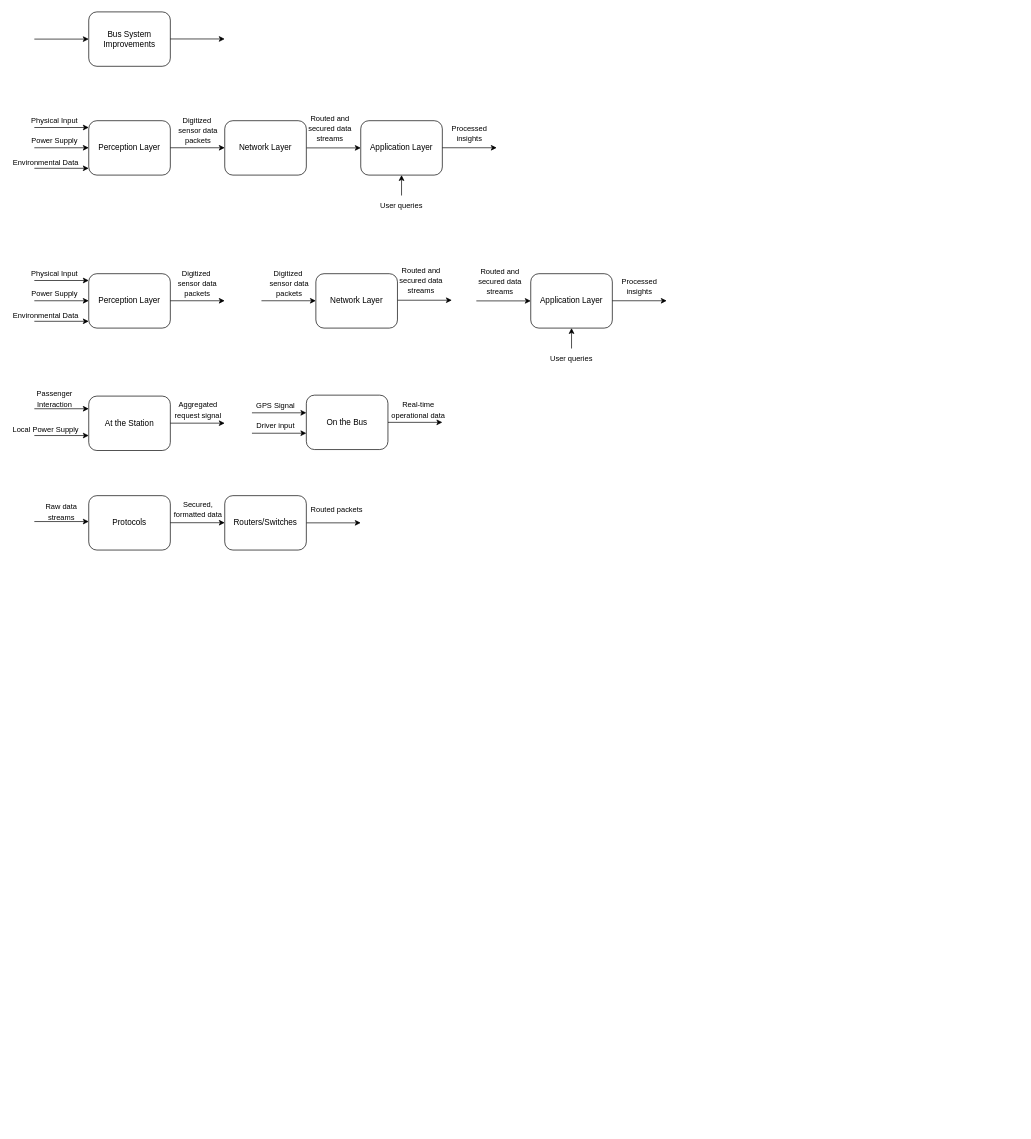
This is PBL6-BusSystemImprovementDecomposition.drawio from lukas0173/Draw.io, a draw.io file, before an edit. Source tidied: cells renumbered, new cells numbered last; positions are measured from the earlier drawing's top-left corner, leaving out a move shared by most shapes. Both pictures are drawn from the tidied source at 68%, with x=0, y=0 at pixel (12, 12).
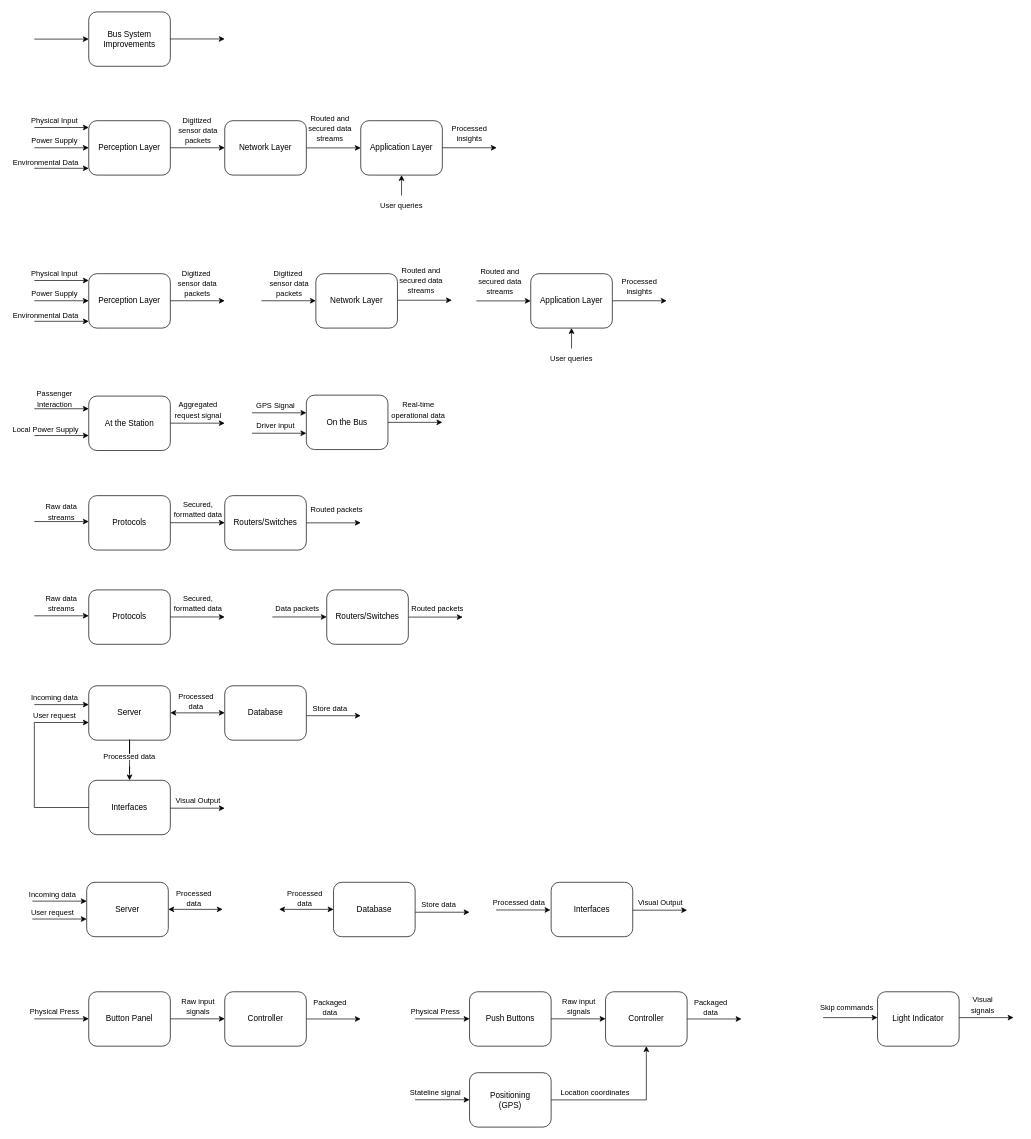
The same diagram, later.

Change to the diagram source:
```diff
@@
+    <mxCell id="65" value="Protocols" style="rounded=1;whiteSpace=wrap;html=1;" parent="1" vertex="1">
+      <mxGeometry x="113" y="850" width="120" height="80" as="geometry" />
+    </mxCell>
+    <mxCell id="66" style="endArrow=classic;html=1;rounded=0;entryX=0;entryY=0.5;entryDx=0;entryDy=0;endFill=1;" parent="1" edge="1">
+      <mxGeometry relative="1" as="geometry">
+        <mxPoint x="33" y="888.1" as="sourcePoint" />
+        <mxPoint x="113" y="888.1" as="targetPoint" />
+      </mxGeometry>
+    </mxCell>
+    <mxCell id="67" style="endArrow=classic;html=1;rounded=0;entryX=0;entryY=0.5;entryDx=0;entryDy=0;endFill=1;" parent="1" edge="1">
+      <mxGeometry relative="1" as="geometry">
+        <mxPoint x="233" y="889.8" as="sourcePoint" />
+        <mxPoint x="313" y="889.8" as="targetPoint" />
+      </mxGeometry>
+    </mxCell>
+    <mxCell id="68" value="&lt;span style=&quot;font-size: 11px;&quot;&gt;Raw data streams&lt;/span&gt;" style="text;html=1;align=center;verticalAlign=middle;whiteSpace=wrap;rounded=0;" parent="1" vertex="1">
+      <mxGeometry x="33" y="864.6" width="80" height="10" as="geometry" />
+    </mxCell>
+    <mxCell id="69" value="&lt;span style=&quot;font-size: 11px;&quot;&gt;Secured, formatted data&lt;/span&gt;" style="text;html=1;align=center;verticalAlign=middle;whiteSpace=wrap;rounded=0;" parent="1" vertex="1">
+      <mxGeometry x="229" y="864.6" width="90" height="10" as="geometry" />
+    </mxCell>
+    <mxCell id="70" style="endArrow=classic;html=1;rounded=0;entryX=0;entryY=0.5;entryDx=0;entryDy=0;endFill=1;" parent="1" edge="1">
+      <mxGeometry relative="1" as="geometry">
+        <mxPoint x="383" y="889.8" as="sourcePoint" />
+        <mxPoint x="463" y="889.8" as="targetPoint" />
+      </mxGeometry>
+    </mxCell>
+    <mxCell id="71" style="edgeStyle=orthogonalEdgeStyle;rounded=0;orthogonalLoop=1;jettySize=auto;html=1;" parent="1" edge="1">
+      <mxGeometry relative="1" as="geometry">
+        <mxPoint x="583" y="890" as="sourcePoint" />
+        <mxPoint x="663" y="890" as="targetPoint" />
+      </mxGeometry>
+    </mxCell>
+    <mxCell id="72" value="Routers/Switches" style="rounded=1;whiteSpace=wrap;html=1;" parent="1" vertex="1">
+      <mxGeometry x="463" y="850" width="120" height="80" as="geometry" />
+    </mxCell>
+    <mxCell id="73" value="&lt;span style=&quot;font-size: 11px;&quot;&gt;Data packets&lt;/span&gt;" style="text;html=1;align=center;verticalAlign=middle;whiteSpace=wrap;rounded=0;" parent="1" vertex="1">
+      <mxGeometry x="375" y="871.6" width="90" height="10" as="geometry" />
+    </mxCell>
+    <mxCell id="74" value="&lt;span style=&quot;font-size: 11px;&quot;&gt;Routed packets&lt;/span&gt;" style="text;html=1;align=center;verticalAlign=middle;whiteSpace=wrap;rounded=0;" parent="1" vertex="1">
+      <mxGeometry x="581" y="873" width="90" height="10" as="geometry" />
+    </mxCell>
+    <mxCell id="75" style="edgeStyle=orthogonalEdgeStyle;rounded=0;jettySize=auto;html=1;" parent="1" edge="1" source="88" target="84">
+      <mxGeometry relative="1" as="geometry" />
+    </mxCell>
+    <mxCell id="76" value="Server" style="rounded=1;whiteSpace=wrap;html=1;" parent="1" vertex="1">
+      <mxGeometry x="113" y="991" width="120" height="80" as="geometry" />
+    </mxCell>
+    <mxCell id="77" style="endArrow=classic;html=1;rounded=0;entryX=0;entryY=0.5;entryDx=0;entryDy=0;endFill=1;" parent="1" edge="1">
+      <mxGeometry relative="1" as="geometry">
+        <mxPoint x="33" y="1018.7" as="sourcePoint" />
+        <mxPoint x="113" y="1018.7" as="targetPoint" />
+      </mxGeometry>
+    </mxCell>
+    <mxCell id="78" style="endArrow=classic;html=1;rounded=0;entryX=0;entryY=0.5;entryDx=0;entryDy=0;endFill=1;startArrow=classic;startFill=1;" parent="1" edge="1">
+      <mxGeometry relative="1" as="geometry">
+        <mxPoint x="233" y="1030.8" as="sourcePoint" />
+        <mxPoint x="313" y="1030.8" as="targetPoint" />
+      </mxGeometry>
+    </mxCell>
+    <mxCell id="79" style="edgeStyle=orthogonalEdgeStyle;rounded=0;orthogonalLoop=1;jettySize=auto;html=1;" parent="1" edge="1">
+      <mxGeometry relative="1" as="geometry">
+        <mxPoint x="433" y="1035" as="sourcePoint" />
+        <mxPoint x="513" y="1035" as="targetPoint" />
+      </mxGeometry>
+    </mxCell>
+    <mxCell id="80" value="Database" style="rounded=1;whiteSpace=wrap;html=1;" parent="1" vertex="1">
+      <mxGeometry x="313" y="991" width="120" height="80" as="geometry" />
+    </mxCell>
+    <mxCell id="81" value="&lt;font style=&quot;font-size: 11px;&quot;&gt;Incoming data&lt;/font&gt;" style="text;html=1;align=center;verticalAlign=middle;whiteSpace=wrap;rounded=0;" parent="1" vertex="1">
+      <mxGeometry x="23" y="1003.7" width="80" height="10" as="geometry" />
+    </mxCell>
+    <mxCell id="82" value="&lt;span style=&quot;font-size: 11px;&quot;&gt;Processed&lt;/span&gt;&lt;div&gt;&lt;span style=&quot;font-size: 11px;&quot;&gt;data&lt;/span&gt;&lt;/div&gt;" style="text;html=1;align=center;verticalAlign=middle;whiteSpace=wrap;rounded=0;" parent="1" vertex="1">
+      <mxGeometry x="226" y="1009" width="90" height="10" as="geometry" />
+    </mxCell>
+    <mxCell id="83" value="&lt;span style=&quot;font-size: 11px;&quot;&gt;Store data&lt;/span&gt;" style="text;html=1;align=center;verticalAlign=middle;whiteSpace=wrap;rounded=0;" parent="1" vertex="1">
+      <mxGeometry x="423" y="1019" width="90" height="10" as="geometry" />
+    </mxCell>
+    <mxCell id="84" value="Interfaces" style="rounded=1;whiteSpace=wrap;html=1;" parent="1" vertex="1">
+      <mxGeometry x="113" y="1130" width="120" height="80" as="geometry" />
+    </mxCell>
+    <mxCell id="85" style="edgeStyle=orthogonalEdgeStyle;rounded=0;orthogonalLoop=1;jettySize=auto;html=1;" parent="1" edge="1">
+      <mxGeometry relative="1" as="geometry">
+        <mxPoint x="233" y="1171" as="sourcePoint" />
+        <mxPoint x="313" y="1171" as="targetPoint" />
+      </mxGeometry>
+    </mxCell>
+    <mxCell id="86" value="&lt;span style=&quot;font-size: 11px;&quot;&gt;Visual Output&lt;/span&gt;" style="text;html=1;align=center;verticalAlign=middle;whiteSpace=wrap;rounded=0;" parent="1" vertex="1">
+      <mxGeometry x="229" y="1155" width="90" height="10" as="geometry" />
+    </mxCell>
+    <mxCell id="87" style="edgeStyle=orthogonalEdgeStyle;rounded=0;jettySize=auto;html=1;endArrow=none;endFill=0;" parent="1" edge="1" source="76" target="88">
+      <mxGeometry relative="1" as="geometry" />
+    </mxCell>
+    <mxCell id="88" value="&lt;span style=&quot;font-size: 11px;&quot;&gt;Processed data&lt;/span&gt;" style="text;html=1;align=center;verticalAlign=middle;whiteSpace=wrap;rounded=0;" parent="1" vertex="1">
+      <mxGeometry x="128" y="1090" width="90" height="10" as="geometry" />
+    </mxCell>
+    <mxCell id="89" style="endArrow=classic;html=1;rounded=0;entryX=0;entryY=0.5;entryDx=0;entryDy=0;endFill=1;exitX=0;exitY=0.5;exitDx=0;exitDy=0;" parent="1" edge="1" source="84">
+      <mxGeometry relative="1" as="geometry">
+        <mxPoint x="113" y="1045" as="targetPoint" />
+        <Array as="points">
+          <mxPoint x="33" y="1170" />
+          <mxPoint x="33" y="1045" />
+        </Array>
+      </mxGeometry>
+    </mxCell>
+    <mxCell id="90" value="&lt;font style=&quot;font-size: 11px;&quot;&gt;User request&lt;/font&gt;" style="text;html=1;align=center;verticalAlign=middle;whiteSpace=wrap;rounded=0;" parent="1" vertex="1">
+      <mxGeometry x="23" y="1030" width="80" height="10" as="geometry" />
+    </mxCell>
+    <mxCell id="91" value="Server" style="rounded=1;whiteSpace=wrap;html=1;" parent="1" vertex="1">
+      <mxGeometry x="110" y="1280" width="120" height="80" as="geometry" />
+    </mxCell>
+    <mxCell id="92" style="endArrow=classic;html=1;rounded=0;entryX=0;entryY=0.5;entryDx=0;entryDy=0;endFill=1;" parent="1" edge="1">
+      <mxGeometry relative="1" as="geometry">
+        <mxPoint x="30" y="1307.7" as="sourcePoint" />
+        <mxPoint x="110" y="1307.7" as="targetPoint" />
+      </mxGeometry>
+    </mxCell>
+    <mxCell id="93" style="endArrow=classic;html=1;rounded=0;entryX=0;entryY=0.5;entryDx=0;entryDy=0;endFill=1;startArrow=classic;startFill=1;" parent="1" edge="1">
+      <mxGeometry relative="1" as="geometry">
+        <mxPoint x="230" y="1319.8" as="sourcePoint" />
+        <mxPoint x="310" y="1319.8" as="targetPoint" />
+      </mxGeometry>
+    </mxCell>
+    <mxCell id="94" value="&lt;font style=&quot;font-size: 11px;&quot;&gt;Incoming data&lt;/font&gt;" style="text;html=1;align=center;verticalAlign=middle;whiteSpace=wrap;rounded=0;" parent="1" vertex="1">
+      <mxGeometry x="20" y="1292.7" width="80" height="10" as="geometry" />
+    </mxCell>
+    <mxCell id="95" value="&lt;span style=&quot;font-size: 11px;&quot;&gt;Processed&lt;/span&gt;&lt;div&gt;&lt;span style=&quot;font-size: 11px;&quot;&gt;data&lt;/span&gt;&lt;/div&gt;" style="text;html=1;align=center;verticalAlign=middle;whiteSpace=wrap;rounded=0;" parent="1" vertex="1">
+      <mxGeometry x="223" y="1298" width="90" height="10" as="geometry" />
+    </mxCell>
+    <mxCell id="96" style="endArrow=classic;html=1;rounded=0;entryX=0;entryY=0.5;entryDx=0;entryDy=0;endFill=1;" parent="1" edge="1">
+      <mxGeometry relative="1" as="geometry">
+        <mxPoint x="30" y="1334" as="sourcePoint" />
+        <mxPoint x="110" y="1334" as="targetPoint" />
+      </mxGeometry>
+    </mxCell>
+    <mxCell id="97" value="&lt;font style=&quot;font-size: 11px;&quot;&gt;User request&lt;/font&gt;" style="text;html=1;align=center;verticalAlign=middle;whiteSpace=wrap;rounded=0;" parent="1" vertex="1">
+      <mxGeometry x="20" y="1319" width="80" height="10" as="geometry" />
+    </mxCell>
+    <mxCell id="98" style="endArrow=classic;html=1;rounded=0;entryX=0;entryY=0.5;entryDx=0;entryDy=0;endFill=1;startArrow=classic;startFill=1;" parent="1" edge="1">
+      <mxGeometry relative="1" as="geometry">
+        <mxPoint x="393" y="1319.8" as="sourcePoint" />
+        <mxPoint x="473" y="1319.8" as="targetPoint" />
+      </mxGeometry>
+    </mxCell>
+    <mxCell id="99" style="edgeStyle=orthogonalEdgeStyle;rounded=0;orthogonalLoop=1;jettySize=auto;html=1;" parent="1" edge="1">
+      <mxGeometry relative="1" as="geometry">
+        <mxPoint x="593" y="1324" as="sourcePoint" />
+        <mxPoint x="673" y="1324" as="targetPoint" />
+      </mxGeometry>
+    </mxCell>
+    <mxCell id="100" value="Database" style="rounded=1;whiteSpace=wrap;html=1;" parent="1" vertex="1">
+      <mxGeometry x="473" y="1280" width="120" height="80" as="geometry" />
+    </mxCell>
+    <mxCell id="101" value="&lt;span style=&quot;font-size: 11px;&quot;&gt;Processed&lt;/span&gt;&lt;div&gt;&lt;span style=&quot;font-size: 11px;&quot;&gt;data&lt;/span&gt;&lt;/div&gt;" style="text;html=1;align=center;verticalAlign=middle;whiteSpace=wrap;rounded=0;" parent="1" vertex="1">
+      <mxGeometry x="386" y="1298" width="90" height="10" as="geometry" />
+    </mxCell>
+    <mxCell id="102" value="&lt;span style=&quot;font-size: 11px;&quot;&gt;Store data&lt;/span&gt;" style="text;html=1;align=center;verticalAlign=middle;whiteSpace=wrap;rounded=0;" parent="1" vertex="1">
+      <mxGeometry x="583" y="1308" width="90" height="10" as="geometry" />
+    </mxCell>
+    <mxCell id="103" value="Interfaces" style="rounded=1;whiteSpace=wrap;html=1;" parent="1" vertex="1">
+      <mxGeometry x="793" y="1280" width="120" height="80" as="geometry" />
+    </mxCell>
+    <mxCell id="104" style="edgeStyle=orthogonalEdgeStyle;rounded=0;orthogonalLoop=1;jettySize=auto;html=1;" parent="1" edge="1">
+      <mxGeometry relative="1" as="geometry">
+        <mxPoint x="913" y="1321" as="sourcePoint" />
+        <mxPoint x="993" y="1321" as="targetPoint" />
+      </mxGeometry>
+    </mxCell>
+    <mxCell id="105" value="&lt;span style=&quot;font-size: 11px;&quot;&gt;Visual Output&lt;/span&gt;" style="text;html=1;align=center;verticalAlign=middle;whiteSpace=wrap;rounded=0;" parent="1" vertex="1">
+      <mxGeometry x="909" y="1305" width="90" height="10" as="geometry" />
+    </mxCell>
+    <mxCell id="106" style="edgeStyle=orthogonalEdgeStyle;rounded=0;orthogonalLoop=1;jettySize=auto;html=1;" parent="1" edge="1">
+      <mxGeometry relative="1" as="geometry">
+        <mxPoint x="712" y="1320.7" as="sourcePoint" />
+        <mxPoint x="792" y="1320.7" as="targetPoint" />
+      </mxGeometry>
+    </mxCell>
+    <mxCell id="107" value="&lt;span style=&quot;font-size: 11px;&quot;&gt;Processed data&lt;/span&gt;" style="text;html=1;align=center;verticalAlign=middle;whiteSpace=wrap;rounded=0;" parent="1" vertex="1">
+      <mxGeometry x="701" y="1304.7" width="90" height="10" as="geometry" />
+    </mxCell>
+    <mxCell id="108" value="Button Panel" style="rounded=1;whiteSpace=wrap;html=1;" parent="1" vertex="1">
+      <mxGeometry x="113" y="1441" width="120" height="80" as="geometry" />
+    </mxCell>
+    <mxCell id="109" style="endArrow=classic;html=1;rounded=0;entryX=0;entryY=0.5;entryDx=0;entryDy=0;endFill=1;" parent="1" edge="1">
+      <mxGeometry relative="1" as="geometry">
+        <mxPoint x="233" y="1480.8" as="sourcePoint" />
+        <mxPoint x="313" y="1480.8" as="targetPoint" />
+      </mxGeometry>
+    </mxCell>
+    <mxCell id="110" style="edgeStyle=orthogonalEdgeStyle;rounded=0;orthogonalLoop=1;jettySize=auto;html=1;" parent="1" edge="1">
+      <mxGeometry relative="1" as="geometry">
+        <mxPoint x="433" y="1481" as="sourcePoint" />
+        <mxPoint x="513" y="1481" as="targetPoint" />
+      </mxGeometry>
+    </mxCell>
+    <mxCell id="111" value="Controller" style="rounded=1;whiteSpace=wrap;html=1;" parent="1" vertex="1">
+      <mxGeometry x="313" y="1441" width="120" height="80" as="geometry" />
+    </mxCell>
+    <mxCell id="112" style="endArrow=classic;html=1;rounded=0;entryX=0;entryY=0.5;entryDx=0;entryDy=0;endFill=1;" parent="1" edge="1">
+      <mxGeometry relative="1" as="geometry">
+        <mxPoint x="33" y="1480.8" as="sourcePoint" />
+        <mxPoint x="113" y="1480.8" as="targetPoint" />
+      </mxGeometry>
+    </mxCell>
+    <mxCell id="113" value="&lt;font style=&quot;font-size: 11px;&quot;&gt;Physical Press&lt;/font&gt;" style="text;html=1;align=center;verticalAlign=middle;whiteSpace=wrap;rounded=0;" parent="1" vertex="1">
+      <mxGeometry x="23" y="1465" width="80" height="10" as="geometry" />
+    </mxCell>
+    <mxCell id="114" value="&lt;span style=&quot;font-size: 11px;&quot;&gt;Raw input&lt;/span&gt;&lt;div&gt;&lt;span style=&quot;font-size: 11px;&quot;&gt;signals&lt;/span&gt;&lt;/div&gt;" style="text;html=1;align=center;verticalAlign=middle;whiteSpace=wrap;rounded=0;" parent="1" vertex="1">
+      <mxGeometry x="229" y="1457" width="90" height="10" as="geometry" />
+    </mxCell>
+    <mxCell id="115" value="&lt;div&gt;&lt;span style=&quot;font-size: 11px;&quot;&gt;Packaged&lt;/span&gt;&lt;/div&gt;&lt;div&gt;&lt;span style=&quot;font-size: 11px;&quot;&gt;data&lt;/span&gt;&lt;/div&gt;" style="text;html=1;align=center;verticalAlign=middle;whiteSpace=wrap;rounded=0;" parent="1" vertex="1">
+      <mxGeometry x="423" y="1459" width="90" height="10" as="geometry" />
+    </mxCell>
+    <mxCell id="116" value="Push Buttons" style="rounded=1;whiteSpace=wrap;html=1;" parent="1" vertex="1">
+      <mxGeometry x="673" y="1441" width="120" height="80" as="geometry" />
+    </mxCell>
+    <mxCell id="117" style="endArrow=classic;html=1;rounded=0;entryX=0;entryY=0.5;entryDx=0;entryDy=0;endFill=1;" parent="1" edge="1">
+      <mxGeometry relative="1" as="geometry">
+        <mxPoint x="793" y="1480.8" as="sourcePoint" />
+        <mxPoint x="873" y="1480.8" as="targetPoint" />
+      </mxGeometry>
+    </mxCell>
+    <mxCell id="118" style="edgeStyle=orthogonalEdgeStyle;rounded=0;orthogonalLoop=1;jettySize=auto;html=1;" parent="1" edge="1">
+      <mxGeometry relative="1" as="geometry">
+        <mxPoint x="993" y="1481" as="sourcePoint" />
+        <mxPoint x="1073" y="1481" as="targetPoint" />
+      </mxGeometry>
+    </mxCell>
+    <mxCell id="119" value="Controller" style="rounded=1;whiteSpace=wrap;html=1;" parent="1" vertex="1">
+      <mxGeometry x="873" y="1441" width="120" height="80" as="geometry" />
+    </mxCell>
+    <mxCell id="120" style="endArrow=classic;html=1;rounded=0;entryX=0;entryY=0.5;entryDx=0;entryDy=0;endFill=1;" parent="1" edge="1">
+      <mxGeometry relative="1" as="geometry">
+        <mxPoint x="593" y="1480.8" as="sourcePoint" />
+        <mxPoint x="673" y="1480.8" as="targetPoint" />
+      </mxGeometry>
+    </mxCell>
+    <mxCell id="121" value="&lt;font style=&quot;font-size: 11px;&quot;&gt;Physical Press&lt;/font&gt;" style="text;html=1;align=center;verticalAlign=middle;whiteSpace=wrap;rounded=0;" parent="1" vertex="1">
+      <mxGeometry x="583" y="1465" width="80" height="10" as="geometry" />
+    </mxCell>
+    <mxCell id="122" value="&lt;span style=&quot;font-size: 11px;&quot;&gt;Raw input&lt;/span&gt;&lt;div&gt;&lt;span style=&quot;font-size: 11px;&quot;&gt;signals&lt;/span&gt;&lt;/div&gt;" style="text;html=1;align=center;verticalAlign=middle;whiteSpace=wrap;rounded=0;" parent="1" vertex="1">
+      <mxGeometry x="789" y="1457" width="90" height="10" as="geometry" />
+    </mxCell>
+    <mxCell id="123" value="&lt;div&gt;&lt;span style=&quot;font-size: 11px;&quot;&gt;Packaged&lt;/span&gt;&lt;/div&gt;&lt;div&gt;&lt;span style=&quot;font-size: 11px;&quot;&gt;data&lt;/span&gt;&lt;/div&gt;" style="text;html=1;align=center;verticalAlign=middle;whiteSpace=wrap;rounded=0;" parent="1" vertex="1">
+      <mxGeometry x="983" y="1459" width="90" height="10" as="geometry" />
+    </mxCell>
+    <mxCell id="124" value="Light Indicator" style="rounded=1;whiteSpace=wrap;html=1;" parent="1" vertex="1">
+      <mxGeometry x="1273" y="1441" width="120" height="80" as="geometry" />
+    </mxCell>
+    <mxCell id="125" style="edgeStyle=orthogonalEdgeStyle;rounded=0;orthogonalLoop=1;jettySize=auto;html=1;" parent="1" edge="1">
+      <mxGeometry relative="1" as="geometry">
+        <mxPoint x="1393" y="1479" as="sourcePoint" />
+        <mxPoint x="1473" y="1479" as="targetPoint" />
+      </mxGeometry>
+    </mxCell>
+    <mxCell id="126" value="&lt;div&gt;&lt;span style=&quot;font-size: 11px;&quot;&gt;Visual&lt;/span&gt;&lt;/div&gt;&lt;div&gt;&lt;span style=&quot;font-size: 11px;&quot;&gt;signals&lt;/span&gt;&lt;/div&gt;" style="text;html=1;align=center;verticalAlign=middle;whiteSpace=wrap;rounded=0;" parent="1" vertex="1">
+      <mxGeometry x="1383" y="1455" width="90" height="10" as="geometry" />
+    </mxCell>
+    <mxCell id="127" style="edgeStyle=orthogonalEdgeStyle;rounded=0;orthogonalLoop=1;jettySize=auto;html=1;" parent="1" edge="1">
+      <mxGeometry relative="1" as="geometry">
+        <mxPoint x="1193" y="1479" as="sourcePoint" />
+        <mxPoint x="1273" y="1479" as="targetPoint" />
+      </mxGeometry>
+    </mxCell>
+    <mxCell id="128" value="&lt;div&gt;&lt;span style=&quot;font-size: 11px;&quot;&gt;Skip commands&lt;/span&gt;&lt;/div&gt;" style="text;html=1;align=center;verticalAlign=middle;whiteSpace=wrap;rounded=0;" parent="1" vertex="1">
+      <mxGeometry x="1183" y="1459" width="90" height="10" as="geometry" />
+    </mxCell>
+    <mxCell id="129" style="edgeStyle=orthogonalEdgeStyle;rounded=0;jettySize=auto;html=1;entryX=0.5;entryY=1;entryDx=0;entryDy=0;" parent="1" edge="1" source="130" target="119">
+      <mxGeometry relative="1" as="geometry" />
+    </mxCell>
+    <mxCell id="130" value="Positioning&lt;br&gt;(GPS)" style="rounded=1;whiteSpace=wrap;html=1;" parent="1" vertex="1">
+      <mxGeometry x="673" y="1560" width="120" height="80" as="geometry" />
+    </mxCell>
+    <mxCell id="131" style="endArrow=classic;html=1;rounded=0;entryX=0;entryY=0.5;entryDx=0;entryDy=0;endFill=1;" parent="1" edge="1">
+      <mxGeometry relative="1" as="geometry">
+        <mxPoint x="593" y="1599.8" as="sourcePoint" />
+        <mxPoint x="673" y="1599.8" as="targetPoint" />
+      </mxGeometry>
+    </mxCell>
+    <mxCell id="132" value="&lt;font style=&quot;font-size: 11px;&quot;&gt;Stateline signal&lt;/font&gt;" style="text;html=1;align=center;verticalAlign=middle;whiteSpace=wrap;rounded=0;" parent="1" vertex="1">
+      <mxGeometry x="583" y="1584" width="80" height="10" as="geometry" />
+    </mxCell>
+    <mxCell id="133" value="&lt;font style=&quot;font-size: 11px;&quot;&gt;Location coordinates&lt;/font&gt;" style="text;html=1;align=center;verticalAlign=middle;whiteSpace=wrap;rounded=0;" parent="1" vertex="1">
+      <mxGeometry x="803" y="1584" width="110" height="10" as="geometry" />
+    </mxCell>
```
